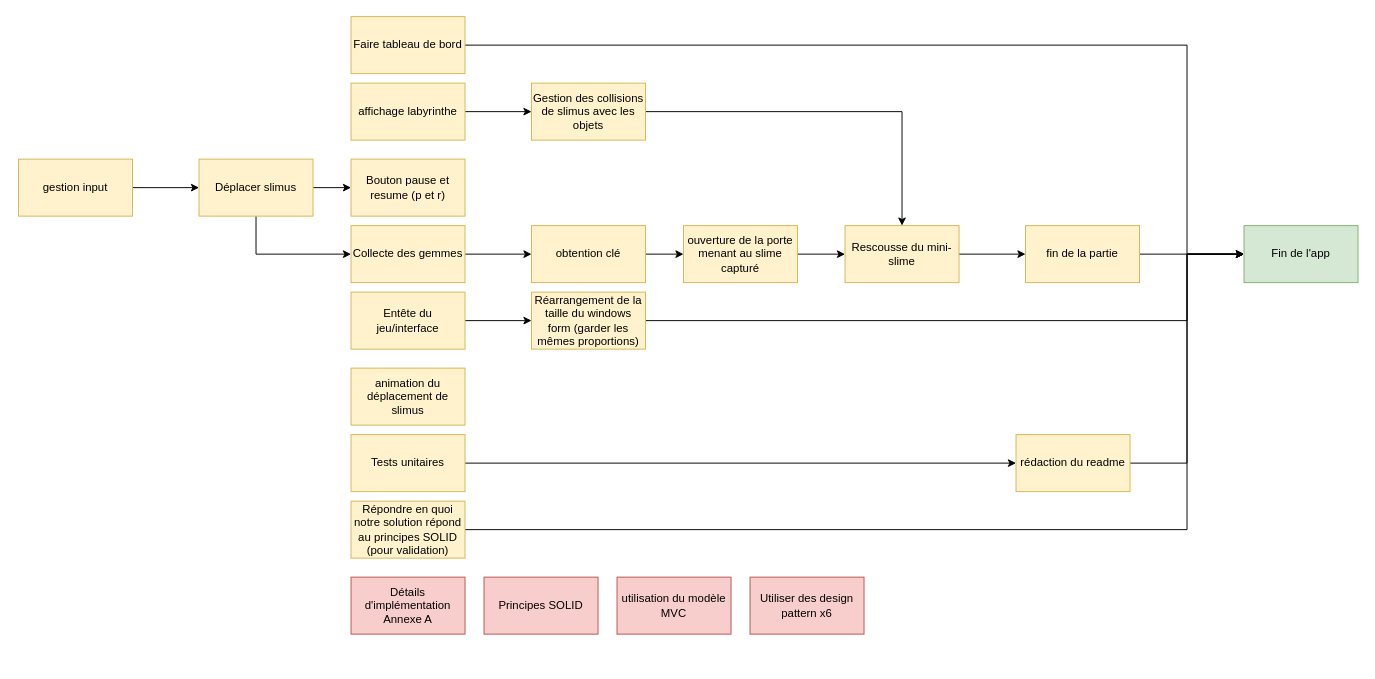
Before: interdependanceTree.drawio in AlexCampanozzi/mda, a draw.io diagram. Source tidied: cells renumbered, new cells numbered last; positions are measured from the earlier drawing's top-left corner, leaving out a move shared by most shapes. Both pictures are drawn from the tidied source at 95%, with x=0, y=0 at pixel (18, 16).
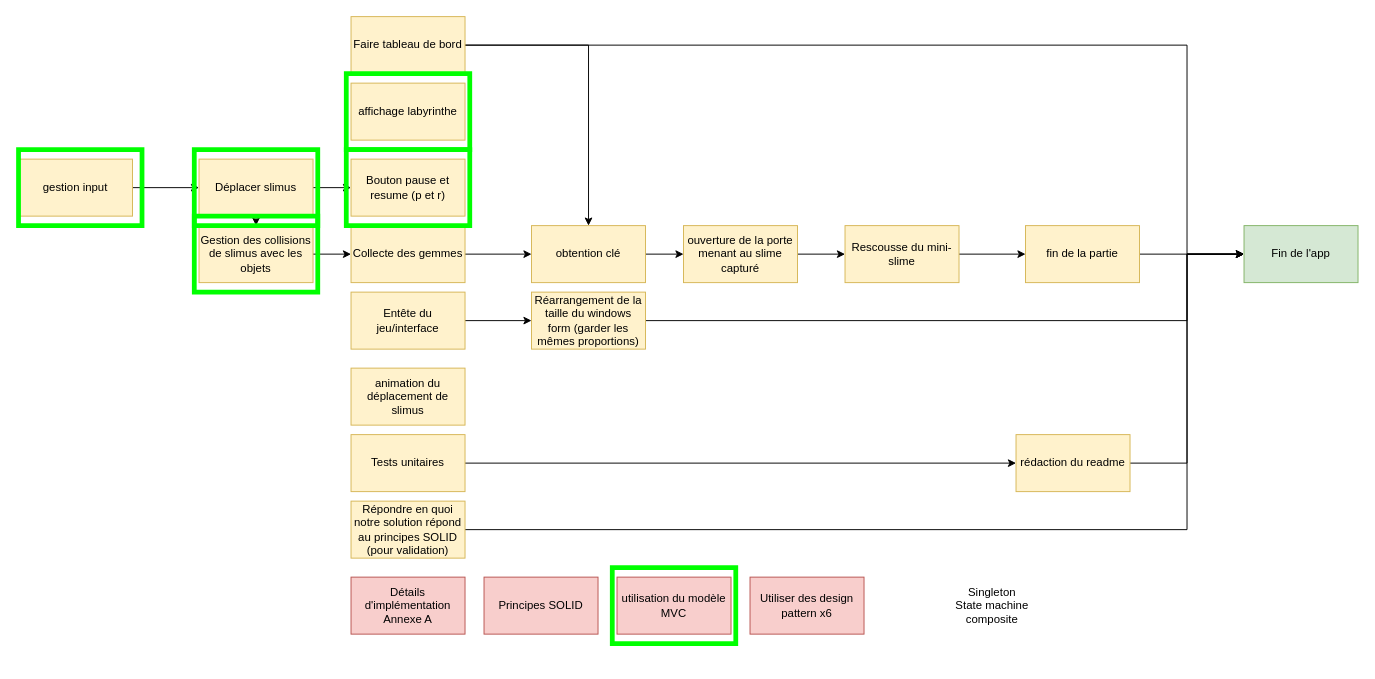
The same diagram, later.

Unchanged cells that the change refers to:
```xml
<mxCell id="3" value="affichage labyrinthe" style="rounded=0;whiteSpace=wrap;html=1;fillColor=#fff2cc;strokeColor=#d6b656;" parent="1" vertex="1">
  <mxGeometry x="350" y="70" width="120" height="60" as="geometry" />
</mxCell>
<mxCell id="7" value="Faire tableau de bord" style="rounded=0;whiteSpace=wrap;html=1;fillColor=#fff2cc;strokeColor=#d6b656;" parent="1" vertex="1">
  <mxGeometry x="350" width="120" height="60" as="geometry" />
</mxCell>
<mxCell id="10" value="Déplacer slimus" style="rounded=0;whiteSpace=wrap;html=1;fillColor=#fff2cc;strokeColor=#d6b656;" parent="1" vertex="1">
  <mxGeometry x="190" y="150" width="120" height="60" as="geometry" />
</mxCell>
<mxCell id="14" value="Collecte des gemmes" style="rounded=0;whiteSpace=wrap;html=1;fillColor=#fff2cc;strokeColor=#d6b656;" parent="1" vertex="1">
  <mxGeometry x="350" y="220" width="120" height="60" as="geometry" />
</mxCell>
<mxCell id="19" value="obtention clé" style="rounded=0;whiteSpace=wrap;html=1;fillColor=#fff2cc;strokeColor=#d6b656;" parent="1" vertex="1">
  <mxGeometry x="540" y="220" width="120" height="60" as="geometry" />
</mxCell>
<mxCell id="23" value="Rescousse du mini-slime" style="rounded=0;whiteSpace=wrap;html=1;fillColor=#fff2cc;strokeColor=#d6b656;" parent="1" vertex="1">
  <mxGeometry x="870" y="220" width="120" height="60" as="geometry" />
</mxCell>
```

Diff of the diagram source:
```diff
@@
-    <mxCell id="2" style="edgeStyle=orthogonalEdgeStyle;rounded=0;jettySize=auto;html=1;exitX=1;exitY=0.5;exitDx=0;exitDy=0;entryX=0;entryY=0.5;entryDx=0;entryDy=0;" parent="1" edge="1" source="3" target="12">
-      <mxGeometry relative="1" as="geometry" />
-    </mxCell>
@@
+    <mxCell id="40" style="edgeStyle=orthogonalEdgeStyle;rounded=0;jettySize=auto;html=1;exitX=1;exitY=0.5;exitDx=0;exitDy=0;" parent="1" edge="1" source="7" target="19">
+      <mxGeometry relative="1" as="geometry" />
+    </mxCell>
@@
-    <mxCell id="9" style="edgeStyle=orthogonalEdgeStyle;rounded=0;jettySize=auto;html=1;exitX=0.5;exitY=1;exitDx=0;exitDy=0;entryX=0;entryY=0.5;entryDx=0;entryDy=0;" parent="1" edge="1" source="10" target="14">
-      <mxGeometry relative="1" as="geometry" />
-    </mxCell>
+    <mxCell id="41" style="edgeStyle=orthogonalEdgeStyle;rounded=0;jettySize=auto;html=1;exitX=0.5;exitY=1;exitDx=0;exitDy=0;entryX=0.5;entryY=0;entryDx=0;entryDy=0;" parent="1" edge="1" source="10" target="12">
+      <mxGeometry relative="1" as="geometry" />
+    </mxCell>
@@
-    <mxCell id="11" style="edgeStyle=orthogonalEdgeStyle;rounded=0;jettySize=auto;html=1;exitX=1;exitY=0.5;exitDx=0;exitDy=0;" parent="1" edge="1" source="12" target="23">
-      <mxGeometry relative="1" as="geometry" />
-    </mxCell>
+    <mxCell id="42" style="edgeStyle=orthogonalEdgeStyle;rounded=0;jettySize=auto;html=1;exitX=1;exitY=0.5;exitDx=0;exitDy=0;entryX=0;entryY=0.5;entryDx=0;entryDy=0;" parent="1" edge="1" source="12" target="14">
+      <mxGeometry relative="1" as="geometry" />
+    </mxCell>
     <mxCell id="12" value="Gestion des collisions de slimus avec les objets" style="rounded=0;whiteSpace=wrap;html=1;fillColor=#fff2cc;strokeColor=#d6b656;" parent="1" vertex="1">
-      <mxGeometry x="540" y="70" width="120" height="60" as="geometry" />
+      <mxGeometry x="190" y="220" width="120" height="60" as="geometry" />
     </mxCell>
@@
+    <mxCell id="43" style="rounded=0;whiteSpace=wrap;html=1;fillColor=none;strokeColor=#00FF00;strokeWidth=5;" parent="1" vertex="1">
+      <mxGeometry y="140" width="130" height="80" as="geometry" />
+    </mxCell>
+    <mxCell id="44" style="rounded=0;whiteSpace=wrap;html=1;fillColor=none;strokeColor=#00FF00;strokeWidth=5;" parent="1" vertex="1">
+      <mxGeometry x="185" y="140" width="130" height="80" as="geometry" />
+    </mxCell>
+    <mxCell id="45" style="rounded=0;whiteSpace=wrap;html=1;fillColor=none;strokeColor=#00FF00;strokeWidth=5;" parent="1" vertex="1">
+      <mxGeometry x="345" y="140" width="130" height="80" as="geometry" />
+    </mxCell>
+    <mxCell id="46" style="rounded=0;whiteSpace=wrap;html=1;fillColor=none;strokeColor=#00FF00;strokeWidth=5;" parent="1" vertex="1">
+      <mxGeometry x="345" y="60" width="130" height="80" as="geometry" />
+    </mxCell>
+    <mxCell id="47" style="rounded=0;whiteSpace=wrap;html=1;fillColor=none;strokeColor=#00FF00;strokeWidth=5;" parent="1" vertex="1">
+      <mxGeometry x="185" y="210" width="130" height="80" as="geometry" />
+    </mxCell>
+    <mxCell id="48" style="rounded=0;whiteSpace=wrap;html=1;fillColor=none;strokeColor=#00FF00;strokeWidth=5;" parent="1" vertex="1">
+      <mxGeometry x="625" y="580" width="130" height="80" as="geometry" />
+    </mxCell>
+    <mxCell id="49" value="Singleton&lt;br&gt;State machine&lt;br&gt;composite" style="text;html=1;strokeColor=none;fillColor=none;align=center;verticalAlign=middle;whiteSpace=wrap;rounded=0;strokeWidth=5;" parent="1" vertex="1">
+      <mxGeometry x="890" y="560" width="270" height="120" as="geometry" />
+    </mxCell>
```
